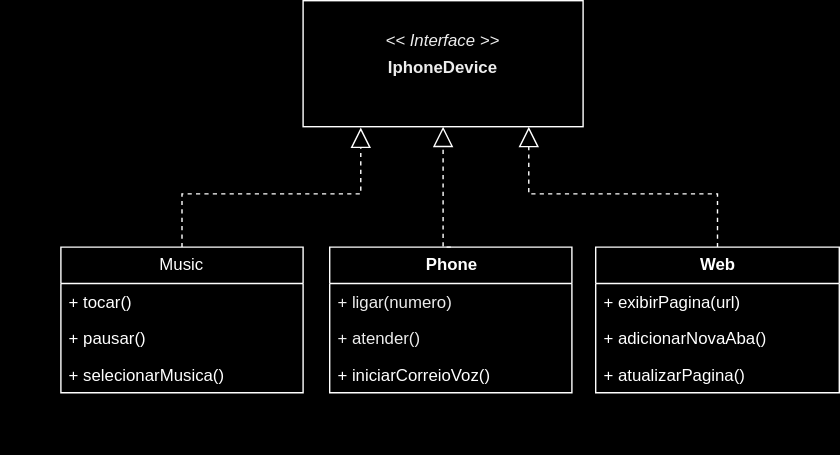
Earlier version of the draw.io export modeloIphone.drawio.svg (rpassosleandro/projeto-Modelo-Iphone). Source tidied: cells renumbered, new cells last; positions are measured from the earlier drawing's top-left corner, leaving out a move shared by most shapes. Its diagram source:
```xml
<mxGraphModel background="#000000">
  <root>
    <mxCell id="0" />
    <mxCell id="1" parent="0" />
    <mxCell id="2" value="Web" style="swimlane;html=1;fontStyle=1;horizontal=1;startSize=26;fillColor=none;swimlaneFillColor=none;rounded=0;shadow=0;comic=0;labelBackgroundColor=none;strokeWidth=1;fontFamily=Helvetica;fontSize=12;align=center;fontColor=#FFFFFF;strokeColor=#FFFFFF;" parent="1" vertex="1">
      <mxGeometry x="382" y="176" width="174" height="104" as="geometry" />
    </mxCell>
    <mxCell id="3" value="+ exibirPagina(url)" style="text;html=1;strokeColor=none;fillColor=none;align=left;verticalAlign=top;spacingLeft=4;spacingRight=4;whiteSpace=wrap;overflow=hidden;fontColor=#FFFFFF;" parent="2" vertex="1">
      <mxGeometry y="26" width="174" height="26" as="geometry" />
    </mxCell>
    <mxCell id="4" value="+ adicionarNovaAba()" style="text;html=1;strokeColor=none;fillColor=none;align=left;verticalAlign=top;spacingLeft=4;spacingRight=4;whiteSpace=wrap;overflow=hidden;fontColor=#FFFFFF;" parent="2" vertex="1">
      <mxGeometry y="52" width="174" height="26" as="geometry" />
    </mxCell>
    <mxCell id="5" value="+ atualizarPagina()" style="text;html=1;strokeColor=none;fillColor=none;align=left;verticalAlign=top;spacingLeft=4;spacingRight=4;whiteSpace=wrap;overflow=hidden;points=[[0,0.5],[1,0.5]];portConstraint=eastwest;fontColor=#FFFFFF;" parent="2" vertex="1">
      <mxGeometry y="78" width="174" height="26" as="geometry" />
    </mxCell>
    <mxCell id="6" style="edgeStyle=orthogonalEdgeStyle;rounded=0;jettySize=auto;html=1;exitX=0.5;exitY=0;exitDx=0;exitDy=0;entryX=0.5;entryY=1;entryDx=0;entryDy=0;endArrow=block;endFill=0;endSize=12;dashed=1;strokeColor=#FFFFFF;" parent="1" edge="1" source="7" target="11">
      <mxGeometry relative="1" as="geometry">
        <Array as="points">
          <mxPoint x="273" y="176" />
        </Array>
      </mxGeometry>
    </mxCell>
    <mxCell id="7" value="&lt;b&gt;&lt;font face=&quot;Helvetica&quot; style=&quot;font-size: 12px; color: rgb(255, 255, 255);&quot;&gt;Phone&lt;/font&gt;&lt;/b&gt;" style="swimlane;html=1;fontStyle=0;horizontal=1;startSize=26;fillColor=none;swimlaneFillColor=none;rounded=0;shadow=0;comic=0;labelBackgroundColor=none;strokeWidth=1;fontFamily=Verdana;fontSize=10;align=center;fontColor=#FFFFFF;strokeColor=#FFFFFF;" parent="1" vertex="1">
      <mxGeometry x="192" y="176" width="173" height="104" as="geometry" />
    </mxCell>
    <mxCell id="8" value="+ ligar(numero)" style="text;html=1;strokeColor=none;fillColor=none;align=left;verticalAlign=top;spacingLeft=4;spacingRight=4;whiteSpace=wrap;overflow=hidden;fontColor=#EDEDED;" parent="7" vertex="1">
      <mxGeometry y="26" width="173" height="26" as="geometry" />
    </mxCell>
    <mxCell id="9" value="+ atender()" style="text;html=1;strokeColor=none;fillColor=none;align=left;verticalAlign=top;spacingLeft=4;spacingRight=4;whiteSpace=wrap;overflow=hidden;fontColor=#EDEDED;" parent="7" vertex="1">
      <mxGeometry y="52" width="173" height="26" as="geometry" />
    </mxCell>
    <mxCell id="10" value="+ iniciarCorreioVoz()" style="text;html=1;strokeColor=none;fillColor=none;align=left;verticalAlign=top;spacingLeft=4;spacingRight=4;whiteSpace=wrap;overflow=hidden;points=[[0,0.5],[1,0.5]];portConstraint=eastwest;fontColor=#FFFFFF;" parent="7" vertex="1">
      <mxGeometry y="78" width="173" height="26" as="geometry" />
    </mxCell>
    <mxCell id="11" value="&lt;p style=&quot;margin:0px;margin-top:4px;text-align:center;&quot;&gt;&lt;b&gt;&lt;font style=&quot;color: rgb(237, 237, 237);&quot;&gt;&lt;br&gt;&lt;/font&gt;&lt;/b&gt;&lt;/p&gt;&lt;p style=&quot;margin:0px;margin-top:4px;text-align:center;&quot;&gt;&lt;i&gt;&lt;font style=&quot;color: rgb(237, 237, 237);&quot;&gt;&amp;lt;&amp;lt; Interface &amp;gt;&amp;gt;&lt;/font&gt;&lt;/i&gt;&lt;/p&gt;&lt;p style=&quot;margin:0px;margin-top:4px;text-align:center;&quot;&gt;&lt;b&gt;&lt;font style=&quot;color: rgb(237, 237, 237);&quot;&gt;IphoneDevice&lt;/font&gt;&lt;/b&gt;&lt;/p&gt;" style="verticalAlign=top;align=left;overflow=fill;fontSize=12;fontFamily=Helvetica;html=1;rounded=0;shadow=0;comic=0;labelBackgroundColor=none;strokeWidth=1;strokeColor=#FFFFFF;fillColor=#000000;fontColor=#FFFFFF;" parent="1" vertex="1">
      <mxGeometry x="173" width="200" height="90" as="geometry" />
    </mxCell>
    <mxCell id="12" style="edgeStyle=orthogonalEdgeStyle;rounded=0;jettySize=auto;html=1;exitX=0.5;exitY=0;exitDx=0;exitDy=0;entryX=0.806;entryY=1.001;entryDx=0;entryDy=0;entryPerimeter=0;endSize=12;endArrow=block;endFill=0;dashed=1;strokeColor=#FFFFFF;" parent="1" edge="1" source="2" target="11">
      <mxGeometry relative="1" as="geometry" />
    </mxCell>
    <mxCell id="13" style="edgeStyle=orthogonalEdgeStyle;rounded=0;jettySize=auto;html=1;exitX=0.5;exitY=0;exitDx=0;exitDy=0;entryX=0.206;entryY=1.007;entryDx=0;entryDy=0;entryPerimeter=0;dashed=1;endArrow=block;endFill=0;endSize=12;strokeColor=#FFFFFF;" parent="1" edge="1" source="15" target="11">
      <mxGeometry relative="1" as="geometry" />
    </mxCell>
    <mxCell id="14" style="edgeStyle=orthogonalEdgeStyle;rounded=0;jettySize=auto;html=1;exitX=0.5;exitY=0;exitDx=0;exitDy=0;entryX=0.206;entryY=1.007;entryDx=0;entryDy=0;entryPerimeter=0;dashed=1;endArrow=block;endFill=0;endSize=12;" parent="1" edge="1" target="15">
      <mxGeometry relative="1" as="geometry">
        <mxPoint x="18" y="191" as="sourcePoint" />
      </mxGeometry>
    </mxCell>
    <mxCell id="15" value="Music" style="swimlane;fontStyle=0;horizontal=1;startSize=26;fillColor=none;whiteSpace=wrap;html=1;fontColor=#FFFFFF;swimlaneFillColor=none;strokeColor=#FFFFFF;" parent="1" vertex="1">
      <mxGeometry y="176" width="173" height="104" as="geometry" />
    </mxCell>
    <mxCell id="16" value="&lt;span style=&quot;color: rgb(255, 255, 255); background-color: rgb(0, 0, 0);&quot;&gt;+ tocar()&lt;/span&gt;" style="text;strokeColor=none;fillColor=none;align=left;verticalAlign=top;spacingLeft=4;spacingRight=4;overflow=hidden;whiteSpace=wrap;html=1;fontColor=#FFFFFF;" parent="15" vertex="1">
      <mxGeometry y="26" width="173" height="26" as="geometry" />
    </mxCell>
    <mxCell id="17" value="&lt;span style=&quot;color: rgb(255, 255, 255); background-color: rgb(0, 0, 0);&quot;&gt;+ pausar()&lt;/span&gt;" style="text;strokeColor=none;fillColor=none;align=left;verticalAlign=top;spacingLeft=4;spacingRight=4;overflow=hidden;whiteSpace=wrap;html=1;fontColor=#FFFFFF;" parent="15" vertex="1">
      <mxGeometry y="52" width="173" height="26" as="geometry" />
    </mxCell>
    <mxCell id="18" value="&lt;span style=&quot;color: rgb(255, 255, 255); background-color: rgb(0, 0, 0);&quot;&gt;+ selecionarMusica()&lt;/span&gt;" style="text;strokeColor=none;fillColor=none;align=left;verticalAlign=top;spacingLeft=4;spacingRight=4;overflow=hidden;points=[[0,0.5],[1,0.5]];portConstraint=eastwest;whiteSpace=wrap;html=1;fontColor=#FFFFFF;" parent="15" vertex="1">
      <mxGeometry y="78" width="173" height="26" as="geometry" />
    </mxCell>
  </root>
</mxGraphModel>
```
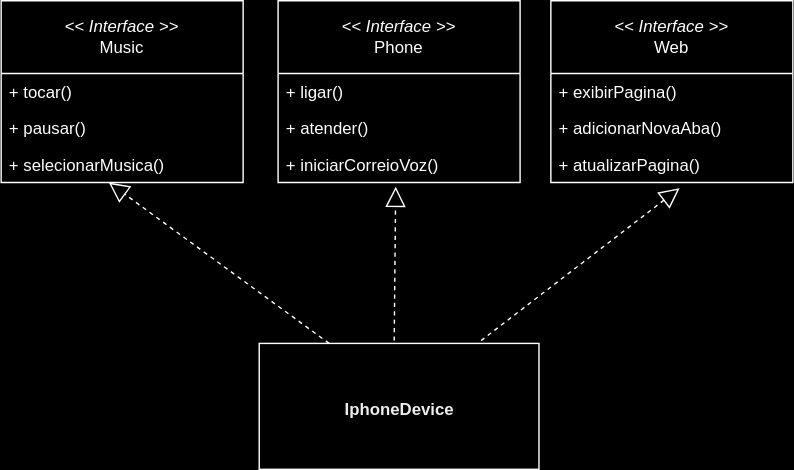
Later version of the same file.

Commit message:
Corrigido diagrama UML e finalizado o projeto

Diff of the diagram source:
```diff
@@ -2,62 +2,74 @@
   <root>
     <mxCell id="0" />
     <mxCell id="1" parent="0" />
-    <mxCell id="2" value="Web" style="swimlane;html=1;fontStyle=1;horizontal=1;startSize=26;fillColor=none;swimlaneFillColor=none;rounded=0;shadow=0;comic=0;labelBackgroundColor=none;strokeWidth=1;fontFamily=Helvetica;fontSize=12;align=center;fontColor=#FFFFFF;strokeColor=#FFFFFF;" parent="1" vertex="1">
-      <mxGeometry x="382" y="176" width="174" height="104" as="geometry" />
-    </mxCell>
-    <mxCell id="3" value="+ exibirPagina(url)" style="text;html=1;strokeColor=none;fillColor=none;align=left;verticalAlign=top;spacingLeft=4;spacingRight=4;whiteSpace=wrap;overflow=hidden;fontColor=#FFFFFF;" parent="2" vertex="1">
-      <mxGeometry y="26" width="174" height="26" as="geometry" />
-    </mxCell>
-    <mxCell id="4" value="+ adicionarNovaAba()" style="text;html=1;strokeColor=none;fillColor=none;align=left;verticalAlign=top;spacingLeft=4;spacingRight=4;whiteSpace=wrap;overflow=hidden;fontColor=#FFFFFF;" parent="2" vertex="1">
-      <mxGeometry y="52" width="174" height="26" as="geometry" />
-    </mxCell>
-    <mxCell id="5" value="+ atualizarPagina()" style="text;html=1;strokeColor=none;fillColor=none;align=left;verticalAlign=top;spacingLeft=4;spacingRight=4;whiteSpace=wrap;overflow=hidden;points=[[0,0.5],[1,0.5]];portConstraint=eastwest;fontColor=#FFFFFF;" parent="2" vertex="1">
-      <mxGeometry y="78" width="174" height="26" as="geometry" />
-    </mxCell>
-    <mxCell id="6" style="edgeStyle=orthogonalEdgeStyle;rounded=0;jettySize=auto;html=1;exitX=0.5;exitY=0;exitDx=0;exitDy=0;entryX=0.5;entryY=1;entryDx=0;entryDy=0;endArrow=block;endFill=0;endSize=12;dashed=1;strokeColor=#FFFFFF;" parent="1" edge="1" source="7" target="11">
-      <mxGeometry relative="1" as="geometry">
-        <Array as="points">
-          <mxPoint x="273" y="176" />
-        </Array>
-      </mxGeometry>
-    </mxCell>
-    <mxCell id="7" value="&lt;b&gt;&lt;font face=&quot;Helvetica&quot; style=&quot;font-size: 12px; color: rgb(255, 255, 255);&quot;&gt;Phone&lt;/font&gt;&lt;/b&gt;" style="swimlane;html=1;fontStyle=0;horizontal=1;startSize=26;fillColor=none;swimlaneFillColor=none;rounded=0;shadow=0;comic=0;labelBackgroundColor=none;strokeWidth=1;fontFamily=Verdana;fontSize=10;align=center;fontColor=#FFFFFF;strokeColor=#FFFFFF;" parent="1" vertex="1">
-      <mxGeometry x="192" y="176" width="173" height="104" as="geometry" />
-    </mxCell>
-    <mxCell id="8" value="+ ligar(numero)" style="text;html=1;strokeColor=none;fillColor=none;align=left;verticalAlign=top;spacingLeft=4;spacingRight=4;whiteSpace=wrap;overflow=hidden;fontColor=#EDEDED;" parent="7" vertex="1">
-      <mxGeometry y="26" width="173" height="26" as="geometry" />
-    </mxCell>
-    <mxCell id="9" value="+ atender()" style="text;html=1;strokeColor=none;fillColor=none;align=left;verticalAlign=top;spacingLeft=4;spacingRight=4;whiteSpace=wrap;overflow=hidden;fontColor=#EDEDED;" parent="7" vertex="1">
-      <mxGeometry y="52" width="173" height="26" as="geometry" />
-    </mxCell>
-    <mxCell id="10" value="+ iniciarCorreioVoz()" style="text;html=1;strokeColor=none;fillColor=none;align=left;verticalAlign=top;spacingLeft=4;spacingRight=4;whiteSpace=wrap;overflow=hidden;points=[[0,0.5],[1,0.5]];portConstraint=eastwest;fontColor=#FFFFFF;" parent="7" vertex="1">
-      <mxGeometry y="78" width="173" height="26" as="geometry" />
-    </mxCell>
+    <mxCell id="19" style="edgeStyle=none;html=1;" parent="1" edge="1" target="11">
+      <mxGeometry relative="1" as="geometry">
+        <mxPoint x="471" y="314.9" as="sourcePoint" />
+      </mxGeometry>
+    </mxCell>
-    <mxCell id="11" value="&lt;p style=&quot;margin:0px;margin-top:4px;text-align:center;&quot;&gt;&lt;b&gt;&lt;font style=&quot;color: rgb(237, 237, 237);&quot;&gt;&lt;br&gt;&lt;/font&gt;&lt;/b&gt;&lt;/p&gt;&lt;p style=&quot;margin:0px;margin-top:4px;text-align:center;&quot;&gt;&lt;i&gt;&lt;font style=&quot;color: rgb(237, 237, 237);&quot;&gt;&amp;lt;&amp;lt; Interface &amp;gt;&amp;gt;&lt;/font&gt;&lt;/i&gt;&lt;/p&gt;&lt;p style=&quot;margin:0px;margin-top:4px;text-align:center;&quot;&gt;&lt;b&gt;&lt;font style=&quot;color: rgb(237, 237, 237);&quot;&gt;IphoneDevice&lt;/font&gt;&lt;/b&gt;&lt;/p&gt;" style="verticalAlign=top;align=left;overflow=fill;fontSize=12;fontFamily=Helvetica;html=1;rounded=0;shadow=0;comic=0;labelBackgroundColor=none;strokeWidth=1;strokeColor=#FFFFFF;fillColor=#000000;fontColor=#FFFFFF;" parent="1" vertex="1">
-      <mxGeometry x="173" width="200" height="90" as="geometry" />
+    <mxCell id="11" value="&lt;p style=&quot;margin:0px;margin-top:4px;text-align:center;&quot;&gt;&lt;b&gt;&lt;font style=&quot;color: rgb(237, 237, 237);&quot;&gt;&lt;br&gt;&lt;/font&gt;&lt;/b&gt;&lt;/p&gt;&lt;p style=&quot;margin:0px;margin-top:4px;text-align:center;&quot;&gt;&lt;br&gt;&lt;/p&gt;&lt;p style=&quot;margin:0px;margin-top:4px;text-align:center;&quot;&gt;&lt;b&gt;&lt;font style=&quot;color: rgb(237, 237, 237);&quot;&gt;IphoneDevice&lt;/font&gt;&lt;/b&gt;&lt;/p&gt;" style="verticalAlign=top;align=left;overflow=fill;fontSize=12;fontFamily=Helvetica;html=1;rounded=0;shadow=0;comic=0;labelBackgroundColor=none;strokeWidth=1;strokeColor=#FFFFFF;fillColor=#000000;fontColor=#FFFFFF;" parent="1" vertex="1">
+      <mxGeometry x="170.5" y="334" width="200" height="90" as="geometry" />
     </mxCell>
-    <mxCell id="12" style="edgeStyle=orthogonalEdgeStyle;rounded=0;jettySize=auto;html=1;exitX=0.5;exitY=0;exitDx=0;exitDy=0;entryX=0.806;entryY=1.001;entryDx=0;entryDy=0;entryPerimeter=0;endSize=12;endArrow=block;endFill=0;dashed=1;strokeColor=#FFFFFF;" parent="1" edge="1" source="2" target="11">
-      <mxGeometry relative="1" as="geometry" />
-    </mxCell>
-    <mxCell id="13" style="edgeStyle=orthogonalEdgeStyle;rounded=0;jettySize=auto;html=1;exitX=0.5;exitY=0;exitDx=0;exitDy=0;entryX=0.206;entryY=1.007;entryDx=0;entryDy=0;entryPerimeter=0;dashed=1;endArrow=block;endFill=0;endSize=12;strokeColor=#FFFFFF;" parent="1" edge="1" source="15" target="11">
-      <mxGeometry relative="1" as="geometry" />
-    </mxCell>
     <mxCell id="14" style="edgeStyle=orthogonalEdgeStyle;rounded=0;jettySize=auto;html=1;exitX=0.5;exitY=0;exitDx=0;exitDy=0;entryX=0.206;entryY=1.007;entryDx=0;entryDy=0;entryPerimeter=0;dashed=1;endArrow=block;endFill=0;endSize=12;" parent="1" edge="1" target="15">
       <mxGeometry relative="1" as="geometry">
         <mxPoint x="18" y="191" as="sourcePoint" />
       </mxGeometry>
     </mxCell>
+    <mxCell id="20" style="edgeStyle=none;html=1;" parent="1" edge="1">
+      <mxGeometry relative="1" as="geometry">
+        <mxPoint x="92" y="214" as="sourcePoint" />
+        <mxPoint x="116" y="242" as="targetPoint" />
+      </mxGeometry>
+    </mxCell>
-    <mxCell id="15" value="Music" style="swimlane;fontStyle=0;horizontal=1;startSize=26;fillColor=none;whiteSpace=wrap;html=1;fontColor=#FFFFFF;swimlaneFillColor=none;strokeColor=#FFFFFF;" parent="1" vertex="1">
-      <mxGeometry y="176" width="173" height="104" as="geometry" />
+    <mxCell id="15" value="&lt;div&gt;&lt;i style=&quot;background-color: rgb(0, 0, 0);&quot;&gt;&lt;font style=&quot;color: rgb(255, 255, 255);&quot;&gt;&amp;lt;&amp;lt; Interface &amp;gt;&amp;gt;&lt;/font&gt;&lt;/i&gt;&lt;/div&gt;&lt;font style=&quot;color: rgb(255, 255, 255);&quot;&gt;Music&lt;/font&gt;" style="swimlane;fontStyle=0;horizontal=1;startSize=52;fillColor=none;whiteSpace=wrap;html=1;fontColor=#FFFFFF;swimlaneFillColor=none;strokeColor=#FFFFFF;" parent="1" vertex="1">
+      <mxGeometry x="-14" y="89" width="173" height="130" as="geometry" />
     </mxCell>
     <mxCell id="16" value="&lt;span style=&quot;color: rgb(255, 255, 255); background-color: rgb(0, 0, 0);&quot;&gt;+ tocar()&lt;/span&gt;" style="text;strokeColor=none;fillColor=none;align=left;verticalAlign=top;spacingLeft=4;spacingRight=4;overflow=hidden;whiteSpace=wrap;html=1;fontColor=#FFFFFF;" parent="15" vertex="1">
-      <mxGeometry y="26" width="173" height="26" as="geometry" />
+      <mxGeometry y="52" width="173" height="26" as="geometry" />
     </mxCell>
     <mxCell id="17" value="&lt;span style=&quot;color: rgb(255, 255, 255); background-color: rgb(0, 0, 0);&quot;&gt;+ pausar()&lt;/span&gt;" style="text;strokeColor=none;fillColor=none;align=left;verticalAlign=top;spacingLeft=4;spacingRight=4;overflow=hidden;whiteSpace=wrap;html=1;fontColor=#FFFFFF;" parent="15" vertex="1">
-      <mxGeometry y="52" width="173" height="26" as="geometry" />
+      <mxGeometry y="78" width="173" height="26" as="geometry" />
     </mxCell>
     <mxCell id="18" value="&lt;span style=&quot;color: rgb(255, 255, 255); background-color: rgb(0, 0, 0);&quot;&gt;+ selecionarMusica()&lt;/span&gt;" style="text;strokeColor=none;fillColor=none;align=left;verticalAlign=top;spacingLeft=4;spacingRight=4;overflow=hidden;points=[[0,0.5],[1,0.5]];portConstraint=eastwest;whiteSpace=wrap;html=1;fontColor=#FFFFFF;" parent="15" vertex="1">
-      <mxGeometry y="78" width="173" height="26" as="geometry" />
+      <mxGeometry y="104" width="173" height="26" as="geometry" />
     </mxCell>
+    <mxCell id="21" value="&lt;div&gt;&lt;i style=&quot;background-color: rgb(0, 0, 0);&quot;&gt;&lt;font style=&quot;color: rgb(255, 255, 255);&quot;&gt;&amp;lt;&amp;lt; Interface &amp;gt;&amp;gt;&lt;/font&gt;&lt;/i&gt;&lt;/div&gt;&lt;font style=&quot;color: rgb(255, 255, 255);&quot;&gt;Phone&lt;/font&gt;" style="swimlane;fontStyle=0;horizontal=1;startSize=52;fillColor=none;whiteSpace=wrap;html=1;fontColor=#FFFFFF;swimlaneFillColor=none;strokeColor=#FFFFFF;" parent="1" vertex="1">
+      <mxGeometry x="184" y="89" width="173" height="130" as="geometry" />
+    </mxCell>
+    <mxCell id="22" value="&lt;span style=&quot;color: rgb(255, 255, 255); background-color: rgb(0, 0, 0);&quot;&gt;+ ligar()&lt;/span&gt;" style="text;strokeColor=none;fillColor=none;align=left;verticalAlign=top;spacingLeft=4;spacingRight=4;overflow=hidden;whiteSpace=wrap;html=1;fontColor=#FFFFFF;" parent="21" vertex="1">
+      <mxGeometry y="52" width="173" height="26" as="geometry" />
+    </mxCell>
+    <mxCell id="9" value="&lt;span style=&quot;color: rgb(255, 255, 255); background-color: rgb(0, 0, 0);&quot;&gt;+ atender()&lt;/span&gt;" style="text;strokeColor=none;fillColor=none;align=left;verticalAlign=top;spacingLeft=4;spacingRight=4;overflow=hidden;whiteSpace=wrap;html=1;fontColor=#FFFFFF;" parent="21" vertex="1">
+      <mxGeometry y="78" width="173" height="26" as="geometry" />
+    </mxCell>
+    <mxCell id="10" value="&lt;span style=&quot;color: rgb(255, 255, 255); background-color: rgb(0, 0, 0);&quot;&gt;+ iniciarCorreioVoz()&lt;/span&gt;" style="text;strokeColor=none;fillColor=none;align=left;verticalAlign=top;spacingLeft=4;spacingRight=4;overflow=hidden;points=[[0,0.5],[1,0.5]];portConstraint=eastwest;whiteSpace=wrap;html=1;fontColor=#FFFFFF;" parent="21" vertex="1">
+      <mxGeometry y="104" width="173" height="26" as="geometry" />
+    </mxCell>
+    <mxCell id="23" value="&lt;div&gt;&lt;i style=&quot;background-color: rgb(0, 0, 0);&quot;&gt;&lt;font style=&quot;color: rgb(255, 255, 255);&quot;&gt;&amp;lt;&amp;lt; Interface &amp;gt;&amp;gt;&lt;/font&gt;&lt;/i&gt;&lt;/div&gt;Web" style="swimlane;fontStyle=0;horizontal=1;startSize=52;fillColor=none;whiteSpace=wrap;html=1;fontColor=#FFFFFF;swimlaneFillColor=none;strokeColor=#FFFFFF;" parent="1" vertex="1">
+      <mxGeometry x="379" y="89" width="173" height="130" as="geometry" />
+    </mxCell>
+    <mxCell id="24" value="&lt;span style=&quot;color: rgb(255, 255, 255); background-color: rgb(0, 0, 0);&quot;&gt;+ exibirPagina()&lt;/span&gt;" style="text;strokeColor=none;fillColor=none;align=left;verticalAlign=top;spacingLeft=4;spacingRight=4;overflow=hidden;whiteSpace=wrap;html=1;fontColor=#FFFFFF;" parent="23" vertex="1">
+      <mxGeometry y="52" width="173" height="26" as="geometry" />
+    </mxCell>
+    <mxCell id="4" value="&lt;span style=&quot;color: rgb(255, 255, 255); background-color: rgb(0, 0, 0);&quot;&gt;+ adicionarNovaAba()&lt;/span&gt;" style="text;strokeColor=none;fillColor=none;align=left;verticalAlign=top;spacingLeft=4;spacingRight=4;overflow=hidden;whiteSpace=wrap;html=1;fontColor=#FFFFFF;" parent="23" vertex="1">
+      <mxGeometry y="78" width="173" height="26" as="geometry" />
+    </mxCell>
+    <mxCell id="5" value="&lt;span style=&quot;color: rgb(255, 255, 255); background-color: rgb(0, 0, 0);&quot;&gt;+ atualizarPagina()&lt;/span&gt;" style="text;strokeColor=none;fillColor=none;align=left;verticalAlign=top;spacingLeft=4;spacingRight=4;overflow=hidden;points=[[0,0.5],[1,0.5]];portConstraint=eastwest;whiteSpace=wrap;html=1;fontColor=#FFFFFF;" parent="23" vertex="1">
+      <mxGeometry y="104" width="173" height="26" as="geometry" />
+    </mxCell>
+    <mxCell id="25" style="endArrow=block;dashed=1;endFill=0;endSize=12;html=1;exitX=0.25;exitY=0;exitDx=0;exitDy=0;strokeColor=#FFFFFF;rounded=0;entryX=0.445;entryY=1;entryDx=0;entryDy=0;entryPerimeter=0;" parent="1" edge="1" source="11" target="18">
+      <mxGeometry relative="1" as="geometry" />
+    </mxCell>
+    <mxCell id="26" style="endArrow=block;dashed=1;endFill=0;endSize=12;html=1;entryX=0.486;entryY=1.115;entryDx=0;entryDy=0;entryPerimeter=0;strokeColor=#FFFFFF;" parent="1" edge="1" target="10">
+      <mxGeometry relative="1" as="geometry">
+        <mxPoint x="267" y="332" as="sourcePoint" />
+      </mxGeometry>
+    </mxCell>
+    <mxCell id="27" style="endArrow=block;dashed=1;endFill=0;endSize=12;html=1;entryX=0.532;entryY=1.154;entryDx=0;entryDy=0;entryPerimeter=0;exitX=0.793;exitY=-0.022;exitDx=0;exitDy=0;exitPerimeter=0;rounded=0;strokeColor=#FFFFFF;" parent="1" edge="1" source="11" target="5">
+      <mxGeometry relative="1" as="geometry" />
+    </mxCell>
+    <mxCell id="28" style="line;strokeWidth=1;fillColor=none;align=left;verticalAlign=middle;spacingTop=-1;spacingLeft=3;spacingRight=3;labelPosition=right;strokeColor=inherit;" parent="1" vertex="1">
+      <mxGeometry x="311" y="270" width="40" height="8" as="geometry" />
+    </mxCell>
   </root>
 </mxGraphModel>
```
